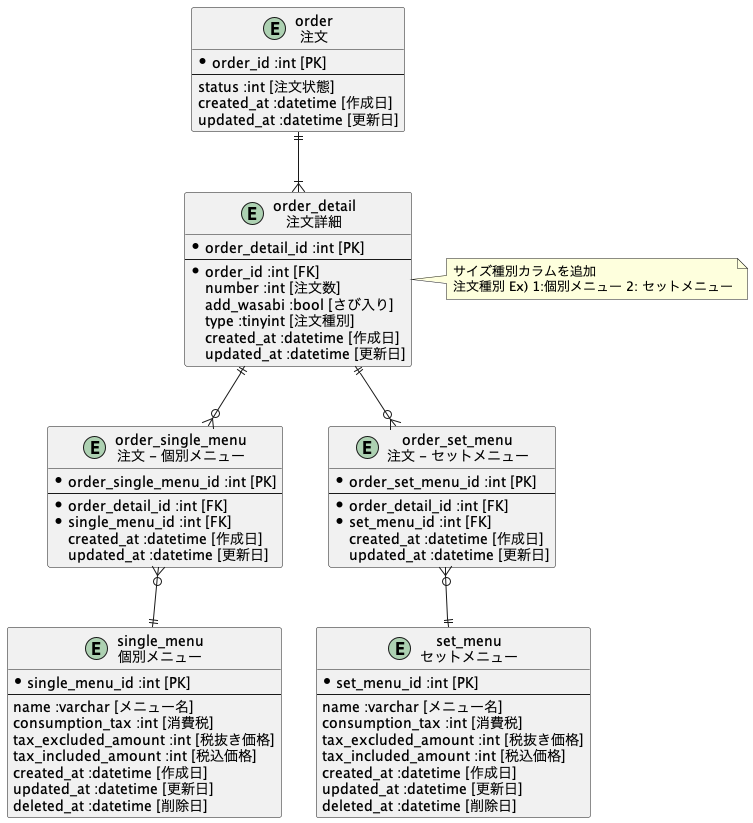
The PlantUML diagram db_modeling_1/sushi1.png in kou-tech/PrAha_Challenge, before a commit.
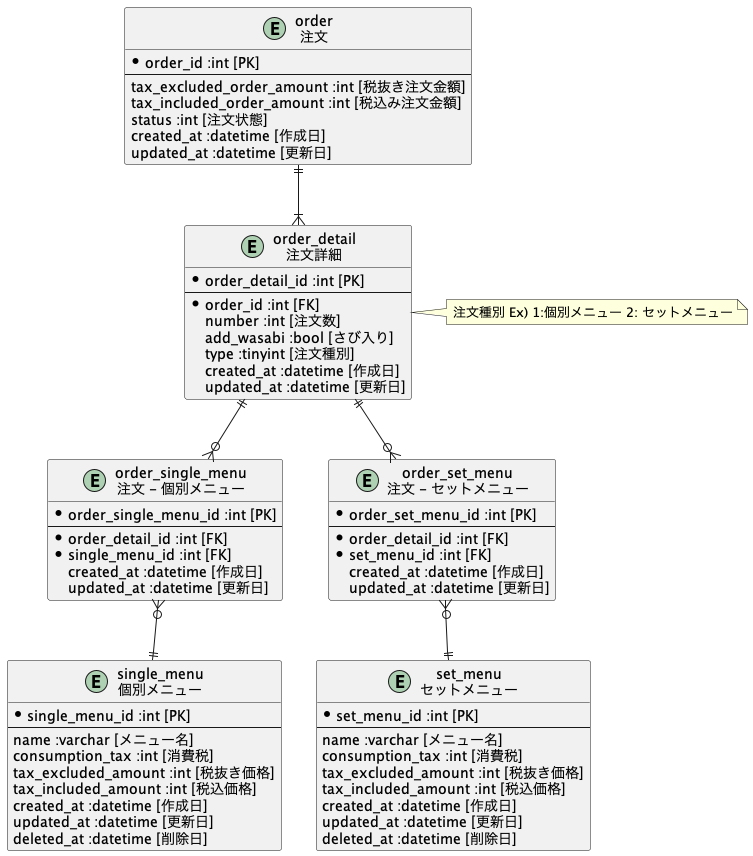
After the change.

The edit, as a diff of the source:
```diff
@@ -45,6 +45,8 @@
 entity order as "order\n注文" {
   *order_id :int [PK]
   --
+  tax_excluded_order_amount :int [税抜き注文金額]
+  tax_included_order_amount :int [税込み注文金額]
   status :int [注文状態]
   created_at :datetime [作成日]
   updated_at :datetime [更新日]
@@ -61,7 +63,7 @@
   updated_at :datetime [更新日]
 }
 
-note right: サイズ種別カラムを追加\n注文種別 Ex) 1:個別メニュー 2: セットメニュー
+note right: 注文種別 Ex) 1:個別メニュー 2: セットメニュー
 
 order ||-d-|{ order_detail
 order_detail ||--o{ order_single_menu
```
